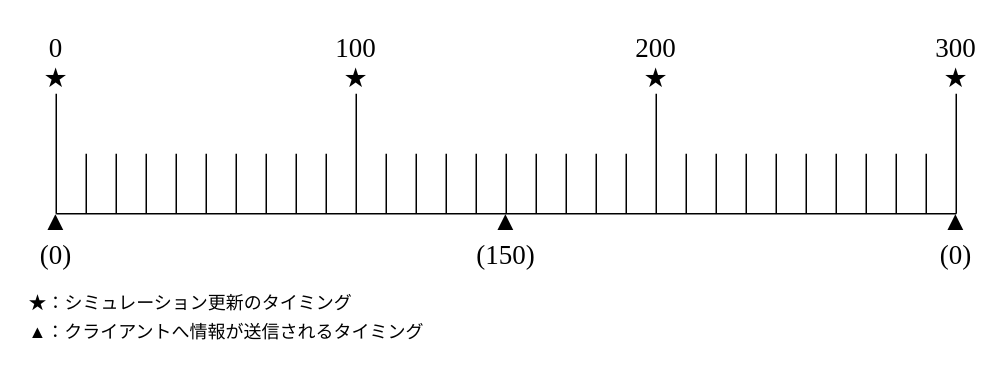
Above: 2/connection.drawio in SuperTikuwa/thesis-images (draw.io), before the change. Source tidied: cells renumbered, new cells numbered last; positions are measured from the earlier drawing's top-left corner, leaving out a move shared by most shapes. Both pictures are drawn from the tidied source at 150%, with x=0, y=0 at pixel (26, 26).
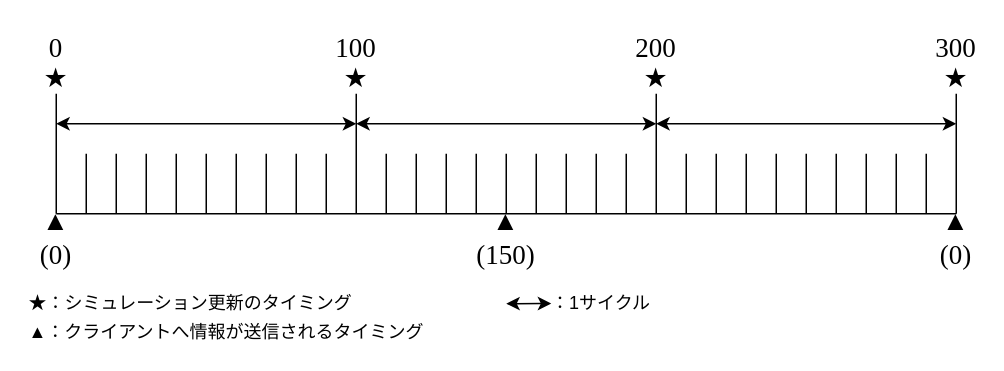
After the change.

Commit message:
connection.drawio を更新します

Diff of the diagram source:
```diff
@@
+    <mxCell id="50" style="endArrow=classic;startArrow=classic;html=1;rounded=0;fontSize=12;" parent="1" edge="1">
+      <mxGeometry relative="1" as="geometry">
+        <mxPoint x="20" y="65" as="sourcePoint" />
+        <mxPoint x="220" y="65" as="targetPoint" />
+      </mxGeometry>
+    </mxCell>
+    <mxCell id="51" style="endArrow=classic;startArrow=classic;html=1;rounded=0;fontSize=12;" parent="1" edge="1">
+      <mxGeometry relative="1" as="geometry">
+        <mxPoint x="220" y="65" as="sourcePoint" />
+        <mxPoint x="420" y="65" as="targetPoint" />
+      </mxGeometry>
+    </mxCell>
+    <mxCell id="52" style="endArrow=classic;startArrow=classic;html=1;rounded=0;fontSize=12;" parent="1" edge="1">
+      <mxGeometry relative="1" as="geometry">
+        <mxPoint x="420" y="65" as="sourcePoint" />
+        <mxPoint x="620" y="65" as="targetPoint" />
+      </mxGeometry>
+    </mxCell>
+    <mxCell id="53" style="endArrow=classic;startArrow=classic;html=1;rounded=0;fontSize=12;" parent="1" edge="1">
+      <mxGeometry relative="1" as="geometry">
+        <mxPoint x="320" y="185" as="sourcePoint" />
+        <mxPoint x="350" y="184.8" as="targetPoint" />
+      </mxGeometry>
+    </mxCell>
+    <mxCell id="54" value="&lt;font style=&quot;font-size: 12px;&quot;&gt;&amp;nbsp; &amp;nbsp; ：1サイクル&lt;/font&gt;" style="text;html=1;strokeColor=none;fillColor=none;align=left;verticalAlign=middle;whiteSpace=wrap;rounded=0;fontSize=12;" parent="1" vertex="1">
+      <mxGeometry x="335" y="175" width="240" height="20" as="geometry" />
+    </mxCell>
```
